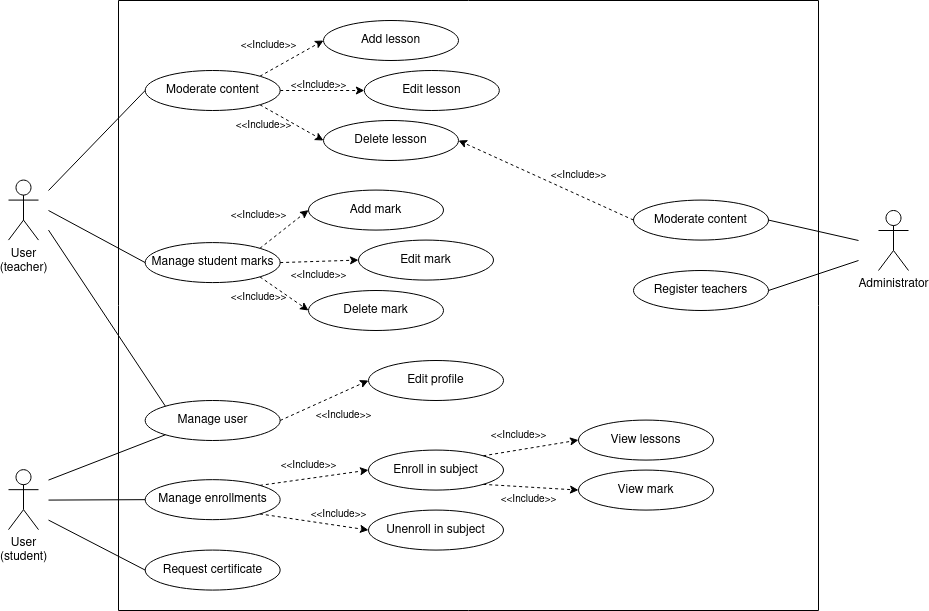
Earlier version of the draw.io export diagrams/use-case.png (Chugani05-JesusLugo2002/LuminoDocs). Source tidied: cells renumbered, new cells last; positions are measured from the earlier drawing's top-left corner, leaving out a move shared by most shapes.
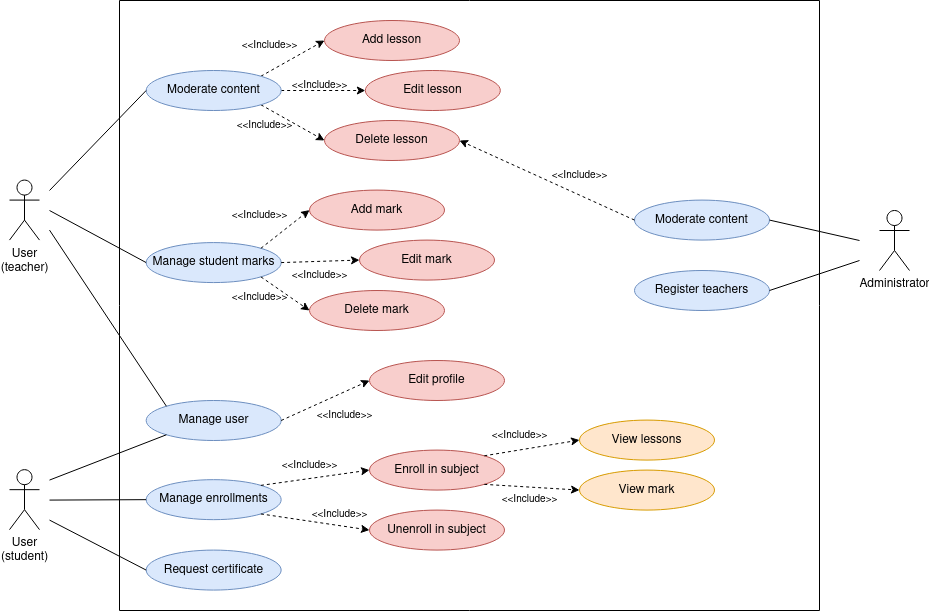
The same file after the commit.

Change to the diagram source:
```diff
@@ -5,16 +5,16 @@
     <mxCell id="2" style="swimlane;startSize=0;" parent="1" vertex="1">
       <mxGeometry x="110" width="700" height="610" as="geometry" />
     </mxCell>
-    <mxCell id="3" value="Add mark" style="ellipse;whiteSpace=wrap;html=1;" parent="2" vertex="1">
+    <mxCell id="3" value="Add mark" style="ellipse;whiteSpace=wrap;html=1;fillColor=#f8cecc;strokeColor=#b85450;" parent="2" vertex="1">
       <mxGeometry x="190" y="189.6" width="135" height="40" as="geometry" />
     </mxCell>
-    <mxCell id="4" value="Moderate content" style="ellipse;whiteSpace=wrap;html=1;" parent="2" vertex="1">
+    <mxCell id="4" value="Moderate content" style="ellipse;whiteSpace=wrap;html=1;fillColor=#dae8fc;strokeColor=#6c8ebf;" parent="2" vertex="1">
       <mxGeometry x="515" y="199.6" width="135" height="40" as="geometry" />
     </mxCell>
-    <mxCell id="5" value="Delete lesson" style="ellipse;whiteSpace=wrap;html=1;" parent="2" vertex="1">
+    <mxCell id="5" value="Delete lesson" style="ellipse;whiteSpace=wrap;html=1;fillColor=#f8cecc;strokeColor=#b85450;" parent="2" vertex="1">
       <mxGeometry x="205" y="120" width="135" height="40" as="geometry" />
     </mxCell>
-    <mxCell id="6" value="&lt;div&gt;Manage student marks&lt;/div&gt;" style="ellipse;whiteSpace=wrap;html=1;" parent="2" vertex="1">
+    <mxCell id="6" value="&lt;div&gt;Manage student marks&lt;/div&gt;" style="ellipse;whiteSpace=wrap;html=1;fillColor=#dae8fc;strokeColor=#6c8ebf;" parent="2" vertex="1">
       <mxGeometry x="26.7" y="242.1" width="135" height="40" as="geometry" />
     </mxCell>
     <mxCell id="7" style="edgeStyle=orthogonalEdgeStyle;rounded=0;orthogonalLoop=1;jettySize=auto;html=1;exitX=0.5;exitY=1;exitDx=0;exitDy=0;" parent="2" edge="1">
@@ -28,16 +28,16 @@
         <mxPoint x="-70" y="210" as="sourcePoint" />
       </mxGeometry>
     </mxCell>
-    <mxCell id="9" value="Manage user" style="ellipse;whiteSpace=wrap;html=1;" parent="2" vertex="1">
+    <mxCell id="9" value="Manage user" style="ellipse;whiteSpace=wrap;html=1;fillColor=#dae8fc;strokeColor=#6c8ebf;" parent="2" vertex="1">
       <mxGeometry x="26.7" y="400" width="135" height="40" as="geometry" />
     </mxCell>
-    <mxCell id="10" value="Edit lesson" style="ellipse;whiteSpace=wrap;html=1;" parent="2" vertex="1">
+    <mxCell id="10" value="Edit lesson" style="ellipse;whiteSpace=wrap;html=1;fillColor=#f8cecc;strokeColor=#b85450;" parent="2" vertex="1">
       <mxGeometry x="245.8" y="70" width="135" height="40" as="geometry" />
     </mxCell>
     <mxCell id="11" style="endArrow=classic;dashed=1;html=1;rounded=0;exitX=1;exitY=0;exitDx=0;exitDy=0;entryX=0;entryY=0.5;entryDx=0;entryDy=0;endFill=1;" parent="2" edge="1" source="43" target="39">
       <mxGeometry relative="1" as="geometry" />
     </mxCell>
-    <mxCell id="12" value="Edit profile" style="ellipse;whiteSpace=wrap;html=1;" parent="2" vertex="1">
+    <mxCell id="12" value="Edit profile" style="ellipse;whiteSpace=wrap;html=1;fillColor=#f8cecc;strokeColor=#b85450;" parent="2" vertex="1">
       <mxGeometry x="250" y="360" width="135" height="40" as="geometry" />
     </mxCell>
     <mxCell id="13" style="endArrow=classic;dashed=1;html=1;rounded=0;exitX=1;exitY=0.5;exitDx=0;exitDy=0;entryX=0;entryY=0.5;entryDx=0;entryDy=0;endFill=1;" parent="2" edge="1" source="9" target="12">
@@ -46,7 +46,7 @@
     <mxCell id="14" value="&lt;font style=&quot;font-size: 10px;&quot;&gt;&amp;lt;&amp;lt;Include&amp;gt;&amp;gt;&lt;/font&gt;" style="text;html=1;align=center;verticalAlign=middle;strokeColor=none;fillColor=none;" parent="2" vertex="1">
       <mxGeometry x="185" y="400" width="80" height="30" as="geometry" />
     </mxCell>
-    <mxCell id="15" value="Register teachers" style="ellipse;whiteSpace=wrap;html=1;" parent="2" vertex="1">
+    <mxCell id="15" value="Register teachers" style="ellipse;whiteSpace=wrap;html=1;fillColor=#dae8fc;strokeColor=#6c8ebf;" parent="2" vertex="1">
       <mxGeometry x="515" y="270" width="135" height="40" as="geometry" />
     </mxCell>
     <mxCell id="16" style="endArrow=classic;dashed=1;html=1;rounded=0;entryX=1;entryY=0.5;entryDx=0;entryDy=0;endFill=1;exitX=0;exitY=0.5;exitDx=0;exitDy=0;" parent="2" edge="1" source="4" target="5">
@@ -65,10 +65,10 @@
         <mxPoint x="-70" y="229.6" as="sourcePoint" />
       </mxGeometry>
     </mxCell>
-    <mxCell id="20" value="View lessons" style="ellipse;whiteSpace=wrap;html=1;" parent="2" vertex="1">
+    <mxCell id="20" value="View lessons" style="ellipse;whiteSpace=wrap;html=1;fillColor=#ffe6cc;strokeColor=#d79b00;" parent="2" vertex="1">
       <mxGeometry x="460" y="419.6" width="135" height="40" as="geometry" />
     </mxCell>
-    <mxCell id="21" value="Manage enrollments" style="ellipse;whiteSpace=wrap;html=1;" parent="2" vertex="1">
+    <mxCell id="21" value="Manage enrollments" style="ellipse;whiteSpace=wrap;html=1;fillColor=#dae8fc;strokeColor=#6c8ebf;" parent="2" vertex="1">
       <mxGeometry x="26.7" y="479.2" width="135" height="40" as="geometry" />
     </mxCell>
     <mxCell id="22" style="edgeStyle=orthogonalEdgeStyle;rounded=0;orthogonalLoop=1;jettySize=auto;html=1;exitX=0.5;exitY=1;exitDx=0;exitDy=0;" parent="2" edge="1">
@@ -87,10 +87,10 @@
         <mxPoint x="-70" y="499.6" as="sourcePoint" />
       </mxGeometry>
     </mxCell>
-    <mxCell id="25" value="Request certificate" style="ellipse;whiteSpace=wrap;html=1;" parent="2" vertex="1">
+    <mxCell id="25" value="Request certificate" style="ellipse;whiteSpace=wrap;html=1;fillColor=#dae8fc;strokeColor=#6c8ebf;" parent="2" vertex="1">
       <mxGeometry x="26.7" y="549.6" width="135" height="40" as="geometry" />
     </mxCell>
-    <mxCell id="26" value="Enroll in subject" style="ellipse;whiteSpace=wrap;html=1;" parent="2" vertex="1">
+    <mxCell id="26" value="Enroll in subject" style="ellipse;whiteSpace=wrap;html=1;fillColor=#f8cecc;strokeColor=#b85450;" parent="2" vertex="1">
       <mxGeometry x="250" y="449.6" width="135" height="40" as="geometry" />
     </mxCell>
     <mxCell id="27" style="endArrow=classic;dashed=1;html=1;rounded=0;exitX=1;exitY=0;exitDx=0;exitDy=0;entryX=0;entryY=0.5;entryDx=0;entryDy=0;endFill=1;" parent="2" edge="1" source="21" target="26">
@@ -104,16 +104,16 @@
         <mxPoint x="-70" y="519.6" as="sourcePoint" />
       </mxGeometry>
     </mxCell>
-    <mxCell id="30" value="&lt;div&gt;Unenroll in subject&lt;/div&gt;" style="ellipse;whiteSpace=wrap;html=1;" parent="2" vertex="1">
+    <mxCell id="30" value="&lt;div&gt;Unenroll in subject&lt;/div&gt;" style="ellipse;whiteSpace=wrap;html=1;fillColor=#f8cecc;strokeColor=#b85450;" parent="2" vertex="1">
       <mxGeometry x="250" y="509.6" width="135" height="40" as="geometry" />
     </mxCell>
     <mxCell id="31" style="endArrow=classic;dashed=1;html=1;rounded=0;exitX=1;exitY=1;exitDx=0;exitDy=0;entryX=0;entryY=0.5;entryDx=0;entryDy=0;endFill=1;" parent="2" edge="1" source="21" target="30">
       <mxGeometry relative="1" as="geometry" />
     </mxCell>
-    <mxCell id="32" value="Edit mark" style="ellipse;whiteSpace=wrap;html=1;" parent="2" vertex="1">
+    <mxCell id="32" value="Edit mark" style="ellipse;whiteSpace=wrap;html=1;fillColor=#f8cecc;strokeColor=#b85450;" parent="2" vertex="1">
       <mxGeometry x="240" y="239.6" width="135" height="40" as="geometry" />
     </mxCell>
-    <mxCell id="33" value="View mark" style="ellipse;whiteSpace=wrap;html=1;" parent="2" vertex="1">
+    <mxCell id="33" value="View mark" style="ellipse;whiteSpace=wrap;html=1;fillColor=#ffe6cc;strokeColor=#d79b00;" parent="2" vertex="1">
       <mxGeometry x="460" y="469.6" width="135" height="40" as="geometry" />
     </mxCell>
     <mxCell id="34" style="endArrow=classic;dashed=1;html=1;rounded=0;exitX=1;exitY=0;exitDx=0;exitDy=0;entryX=0;entryY=0.5;entryDx=0;entryDy=0;endFill=1;" parent="2" edge="1" source="26" target="20">
@@ -128,10 +128,10 @@
     <mxCell id="37" style="endArrow=classic;dashed=1;html=1;rounded=0;exitX=1;exitY=0;exitDx=0;exitDy=0;entryX=0;entryY=0.5;entryDx=0;entryDy=0;endFill=1;" parent="2" edge="1" source="6" target="3">
       <mxGeometry relative="1" as="geometry" />
     </mxCell>
-    <mxCell id="38" value="Delete mark" style="ellipse;whiteSpace=wrap;html=1;" parent="2" vertex="1">
+    <mxCell id="38" value="Delete mark" style="ellipse;whiteSpace=wrap;html=1;fillColor=#f8cecc;strokeColor=#b85450;" parent="2" vertex="1">
       <mxGeometry x="190" y="290" width="135" height="40" as="geometry" />
     </mxCell>
-    <mxCell id="39" value="Add lesson" style="ellipse;whiteSpace=wrap;html=1;" parent="2" vertex="1">
+    <mxCell id="39" value="Add lesson" style="ellipse;whiteSpace=wrap;html=1;fillColor=#f8cecc;strokeColor=#b85450;" parent="2" vertex="1">
       <mxGeometry x="205" y="20" width="135" height="40" as="geometry" />
     </mxCell>
     <mxCell id="40" style="endArrow=classic;dashed=1;html=1;rounded=0;exitX=1;exitY=1;exitDx=0;exitDy=0;entryX=0;entryY=0.5;entryDx=0;entryDy=0;endFill=1;" parent="2" edge="1" source="43" target="5">
@@ -143,7 +143,7 @@
     <mxCell id="42" style="endArrow=classic;dashed=1;html=1;rounded=0;exitX=1;exitY=0.5;exitDx=0;exitDy=0;entryX=0;entryY=0.5;entryDx=0;entryDy=0;endFill=1;" parent="2" edge="1" source="6" target="32">
       <mxGeometry relative="1" as="geometry" />
     </mxCell>
-    <mxCell id="43" value="Moderate content" style="ellipse;whiteSpace=wrap;html=1;" parent="2" vertex="1">
+    <mxCell id="43" value="Moderate content" style="ellipse;whiteSpace=wrap;html=1;fillColor=#dae8fc;strokeColor=#6c8ebf;" parent="2" vertex="1">
       <mxGeometry x="26.7" y="70" width="135" height="40" as="geometry" />
     </mxCell>
     <mxCell id="44" style="endArrow=none;html=1;rounded=0;entryX=0;entryY=0.5;entryDx=0;entryDy=0;" parent="2" edge="1" target="43">
```
